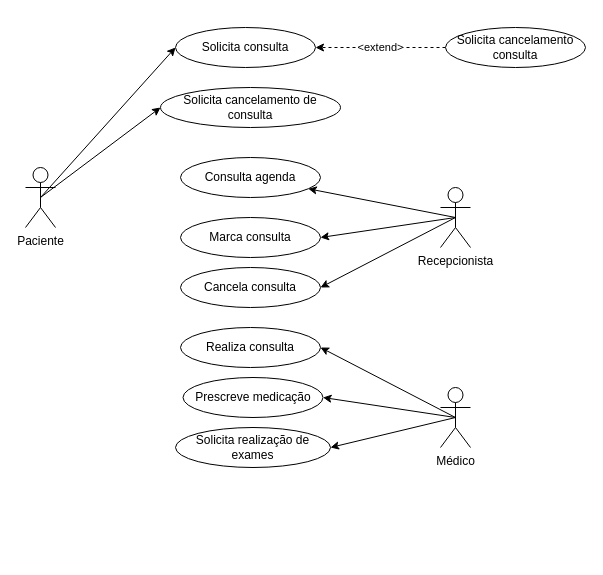
JonatasFontele/Banco-de-Dados keeps this draw.io diagram as Use Case Diagram.drawio. Above is the earlier version. Source tidied: cells renumbered, new cells numbered last; positions are measured from the earlier drawing's top-left corner, leaving out a move shared by most shapes. Both pictures are drawn from the tidied source at 100%, with x=0, y=0 at pixel (25, 27).
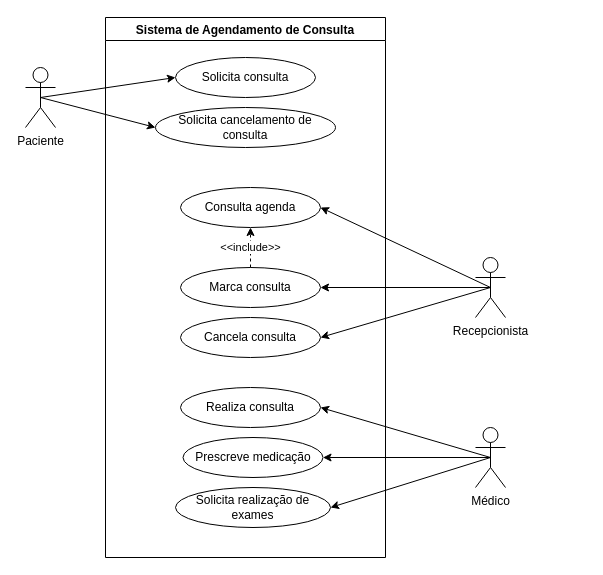
The same diagram, later.

What changed in the source:
```diff
@@
     <mxCell id="2" value="Paciente" style="shape=umlActor;verticalLabelPosition=bottom;verticalAlign=top;html=1;outlineConnect=0;shadow=0;" parent="1" vertex="1">
-      <mxGeometry y="140" width="30" height="60" as="geometry" />
+      <mxGeometry y="40" width="30" height="60" as="geometry" />
     </mxCell>
     <mxCell id="3" value="Recepcionista" style="shape=umlActor;verticalLabelPosition=bottom;verticalAlign=top;html=1;outlineConnect=0;" parent="1" vertex="1">
-      <mxGeometry x="415" y="160" width="30" height="60" as="geometry" />
+      <mxGeometry x="450" y="230" width="30" height="60" as="geometry" />
     </mxCell>
     <mxCell id="4" value="Médico" style="shape=umlActor;verticalLabelPosition=bottom;verticalAlign=top;html=1;outlineConnect=0;" parent="1" vertex="1">
-      <mxGeometry x="415" y="360" width="30" height="60" as="geometry" />
+      <mxGeometry x="450" y="400" width="30" height="60" as="geometry" />
     </mxCell>
-    <mxCell id="5" value="Solicita consulta" style="ellipse;whiteSpace=wrap;html=1;" parent="1" vertex="1">
-      <mxGeometry x="150" width="140" height="40" as="geometry" />
-    </mxCell>
@@
-    <mxCell id="7" value="Consulta agenda" style="ellipse;whiteSpace=wrap;html=1;" parent="1" vertex="1">
-      <mxGeometry x="155" y="130" width="140" height="40" as="geometry" />
-    </mxCell>
-    <mxCell id="8" style="endArrow=none;html=1;entryX=0.5;entryY=0.5;entryDx=0;entryDy=0;entryPerimeter=0;endFill=0;startArrow=classic;startFill=1;" parent="1" edge="1" source="7" target="3">
+    <mxCell id="8" style="endArrow=none;html=1;entryX=0.5;entryY=0.5;entryDx=0;entryDy=0;entryPerimeter=0;endFill=0;startArrow=classic;startFill=1;exitX=1;exitY=0.5;exitDx=0;exitDy=0;" parent="1" edge="1" source="7" target="3">
       <mxGeometry relative="1" as="geometry" />
     </mxCell>
-    <mxCell id="9" value="Marca consulta" style="ellipse;whiteSpace=wrap;html=1;" parent="1" vertex="1">
-      <mxGeometry x="155" y="190" width="140" height="40" as="geometry" />
-    </mxCell>
@@
     <mxCell id="11" value="Realiza consulta" style="ellipse;whiteSpace=wrap;html=1;" parent="1" vertex="1">
-      <mxGeometry x="155" y="300" width="140" height="40" as="geometry" />
+      <mxGeometry x="155" y="360" width="140" height="40" as="geometry" />
     </mxCell>
@@
     <mxCell id="13" value="Prescreve medicação" style="ellipse;whiteSpace=wrap;html=1;" parent="1" vertex="1">
-      <mxGeometry x="157.5" y="350" width="140" height="40" as="geometry" />
+      <mxGeometry x="157.5" y="410" width="140" height="40" as="geometry" />
     </mxCell>
     <mxCell id="14" value="Solicita realização de exames" style="ellipse;whiteSpace=wrap;html=1;" parent="1" vertex="1">
-      <mxGeometry x="150" y="400" width="155" height="40" as="geometry" />
+      <mxGeometry x="150" y="460" width="155" height="40" as="geometry" />
     </mxCell>
@@
+    <mxCell id="20" style="endArrow=none;html=1;entryX=0.5;entryY=0.5;entryDx=0;entryDy=0;startArrow=classic;startFill=1;entryPerimeter=0;exitX=0;exitY=0.5;exitDx=0;exitDy=0;" parent="1" edge="1" source="18" target="2">
+      <mxGeometry relative="1" as="geometry" />
+    </mxCell>
+    <mxCell id="22" style="endArrow=none;html=1;exitX=1;exitY=0.5;exitDx=0;exitDy=0;startArrow=classic;startFill=1;entryX=0.5;entryY=0.5;entryDx=0;entryDy=0;entryPerimeter=0;" parent="1" edge="1" source="21" target="3">
+      <mxGeometry relative="1" as="geometry" />
+    </mxCell>
+    <mxCell id="23" value="Sistema de Agendamento de Consulta" style="swimlane;" parent="1" vertex="1">
+      <mxGeometry x="80" y="-10" width="280" height="540" as="geometry" />
+    </mxCell>
+    <mxCell id="18" value="Solicita cancelamento de consulta" style="ellipse;whiteSpace=wrap;html=1;" parent="23" vertex="1">
+      <mxGeometry x="50" y="90" width="180" height="40" as="geometry" />
+    </mxCell>
+    <mxCell id="7" value="Consulta agenda" style="ellipse;whiteSpace=wrap;html=1;" parent="23" vertex="1">
+      <mxGeometry x="75" y="170" width="140" height="40" as="geometry" />
+    </mxCell>
+    <mxCell id="9" value="Marca consulta" style="ellipse;whiteSpace=wrap;html=1;" parent="23" vertex="1">
+      <mxGeometry x="75" y="250" width="140" height="40" as="geometry" />
+    </mxCell>
-    <mxCell id="17" value="&amp;lt;extend&amp;gt;" style="edgeStyle=orthogonalEdgeStyle;rounded=0;jettySize=auto;html=1;dashed=1;exitX=0;exitY=0.5;exitDx=0;exitDy=0;" parent="1" edge="1" source="19" target="5">
+    <mxCell id="17" value="&amp;lt;&amp;lt;include&amp;gt;&amp;gt;" style="edgeStyle=orthogonalEdgeStyle;rounded=0;jettySize=auto;html=1;dashed=1;" parent="23" edge="1" source="9" target="7">
       <mxGeometry relative="1" as="geometry" />
     </mxCell>
-    <mxCell id="18" value="Solicita cancelamento de consulta" style="ellipse;whiteSpace=wrap;html=1;" parent="1" vertex="1">
-      <mxGeometry x="135" y="60" width="180" height="40" as="geometry" />
-    </mxCell>
-    <mxCell id="19" value="Solicita cancelamento consulta" style="ellipse;whiteSpace=wrap;html=1;" parent="1" vertex="1">
-      <mxGeometry x="420" width="140" height="40" as="geometry" />
-    </mxCell>
-    <mxCell id="20" style="endArrow=none;html=1;entryX=0.5;entryY=0.5;entryDx=0;entryDy=0;startArrow=classic;startFill=1;entryPerimeter=0;exitX=0;exitY=0.5;exitDx=0;exitDy=0;" parent="1" edge="1" source="18" target="2">
-      <mxGeometry relative="1" as="geometry" />
-    </mxCell>
-    <mxCell id="21" value="Cancela consulta" style="ellipse;whiteSpace=wrap;html=1;" parent="1" vertex="1">
-      <mxGeometry x="155" y="240" width="140" height="40" as="geometry" />
+    <mxCell id="21" value="Cancela consulta" style="ellipse;whiteSpace=wrap;html=1;" parent="23" vertex="1">
+      <mxGeometry x="75" y="300" width="140" height="40" as="geometry" />
     </mxCell>
-    <mxCell id="22" style="endArrow=none;html=1;exitX=1;exitY=0.5;exitDx=0;exitDy=0;startArrow=classic;startFill=1;" parent="1" edge="1" source="21">
-      <mxGeometry relative="1" as="geometry">
-        <mxPoint x="430" y="190" as="targetPoint" />
-      </mxGeometry>
-    </mxCell>
+    <mxCell id="5" value="Solicita consulta" style="ellipse;whiteSpace=wrap;html=1;" parent="23" vertex="1">
+      <mxGeometry x="70" y="40" width="140" height="40" as="geometry" />
+    </mxCell>
```
